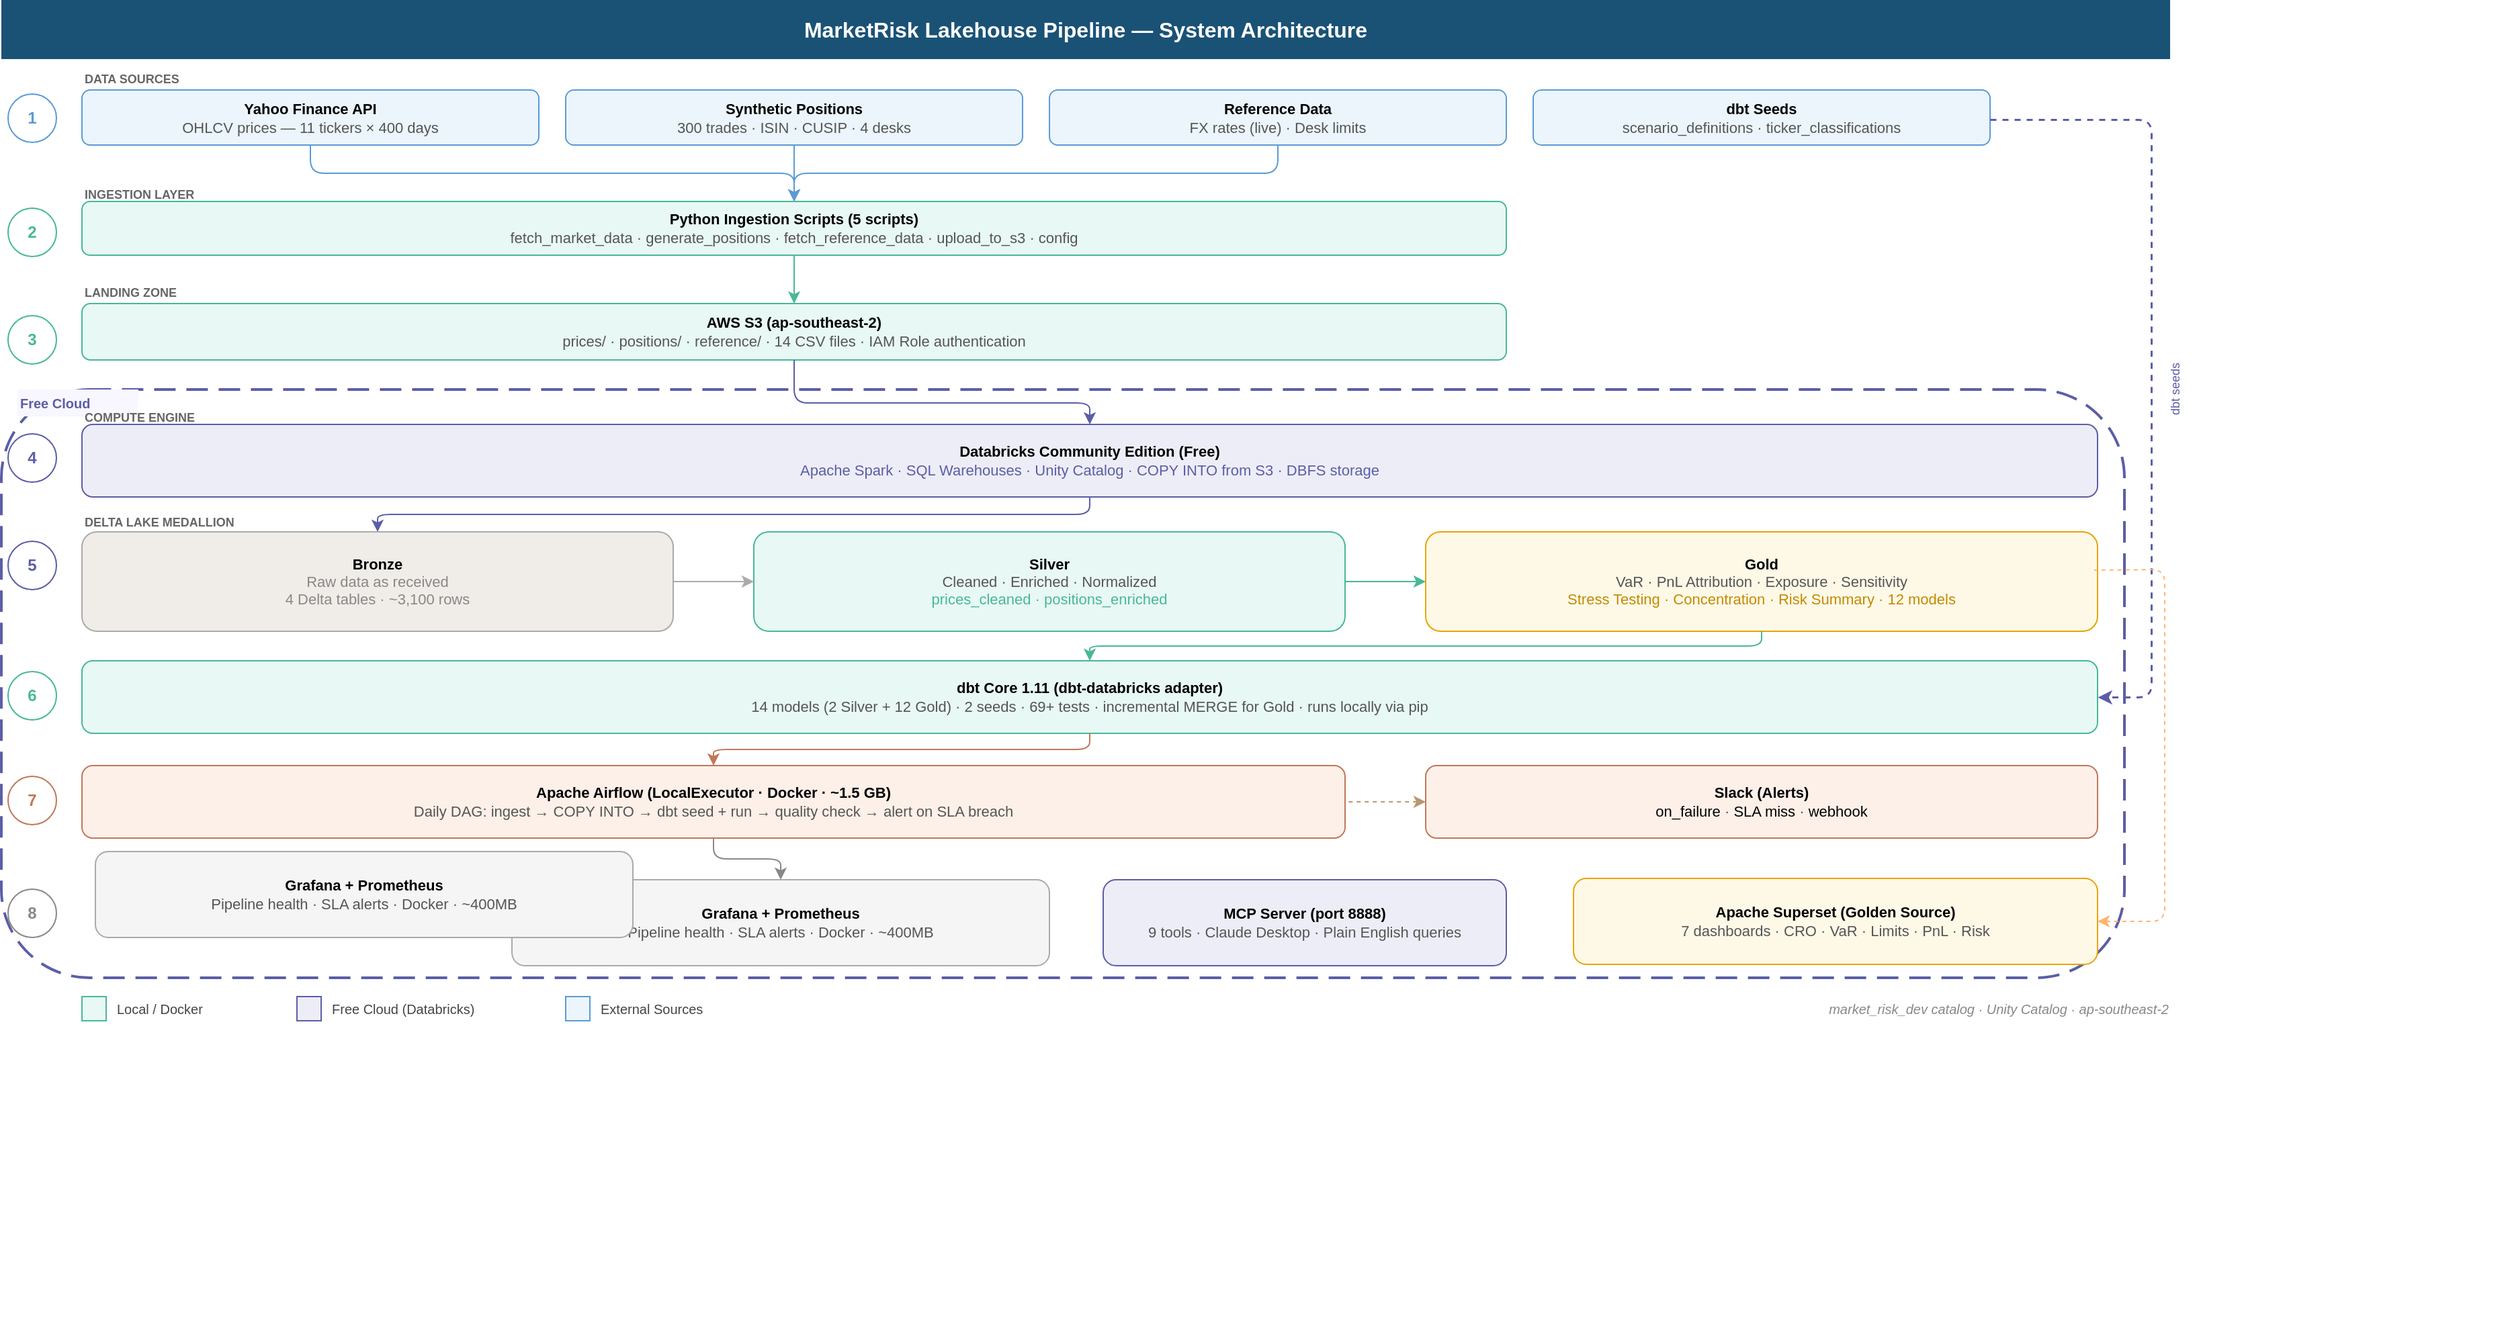
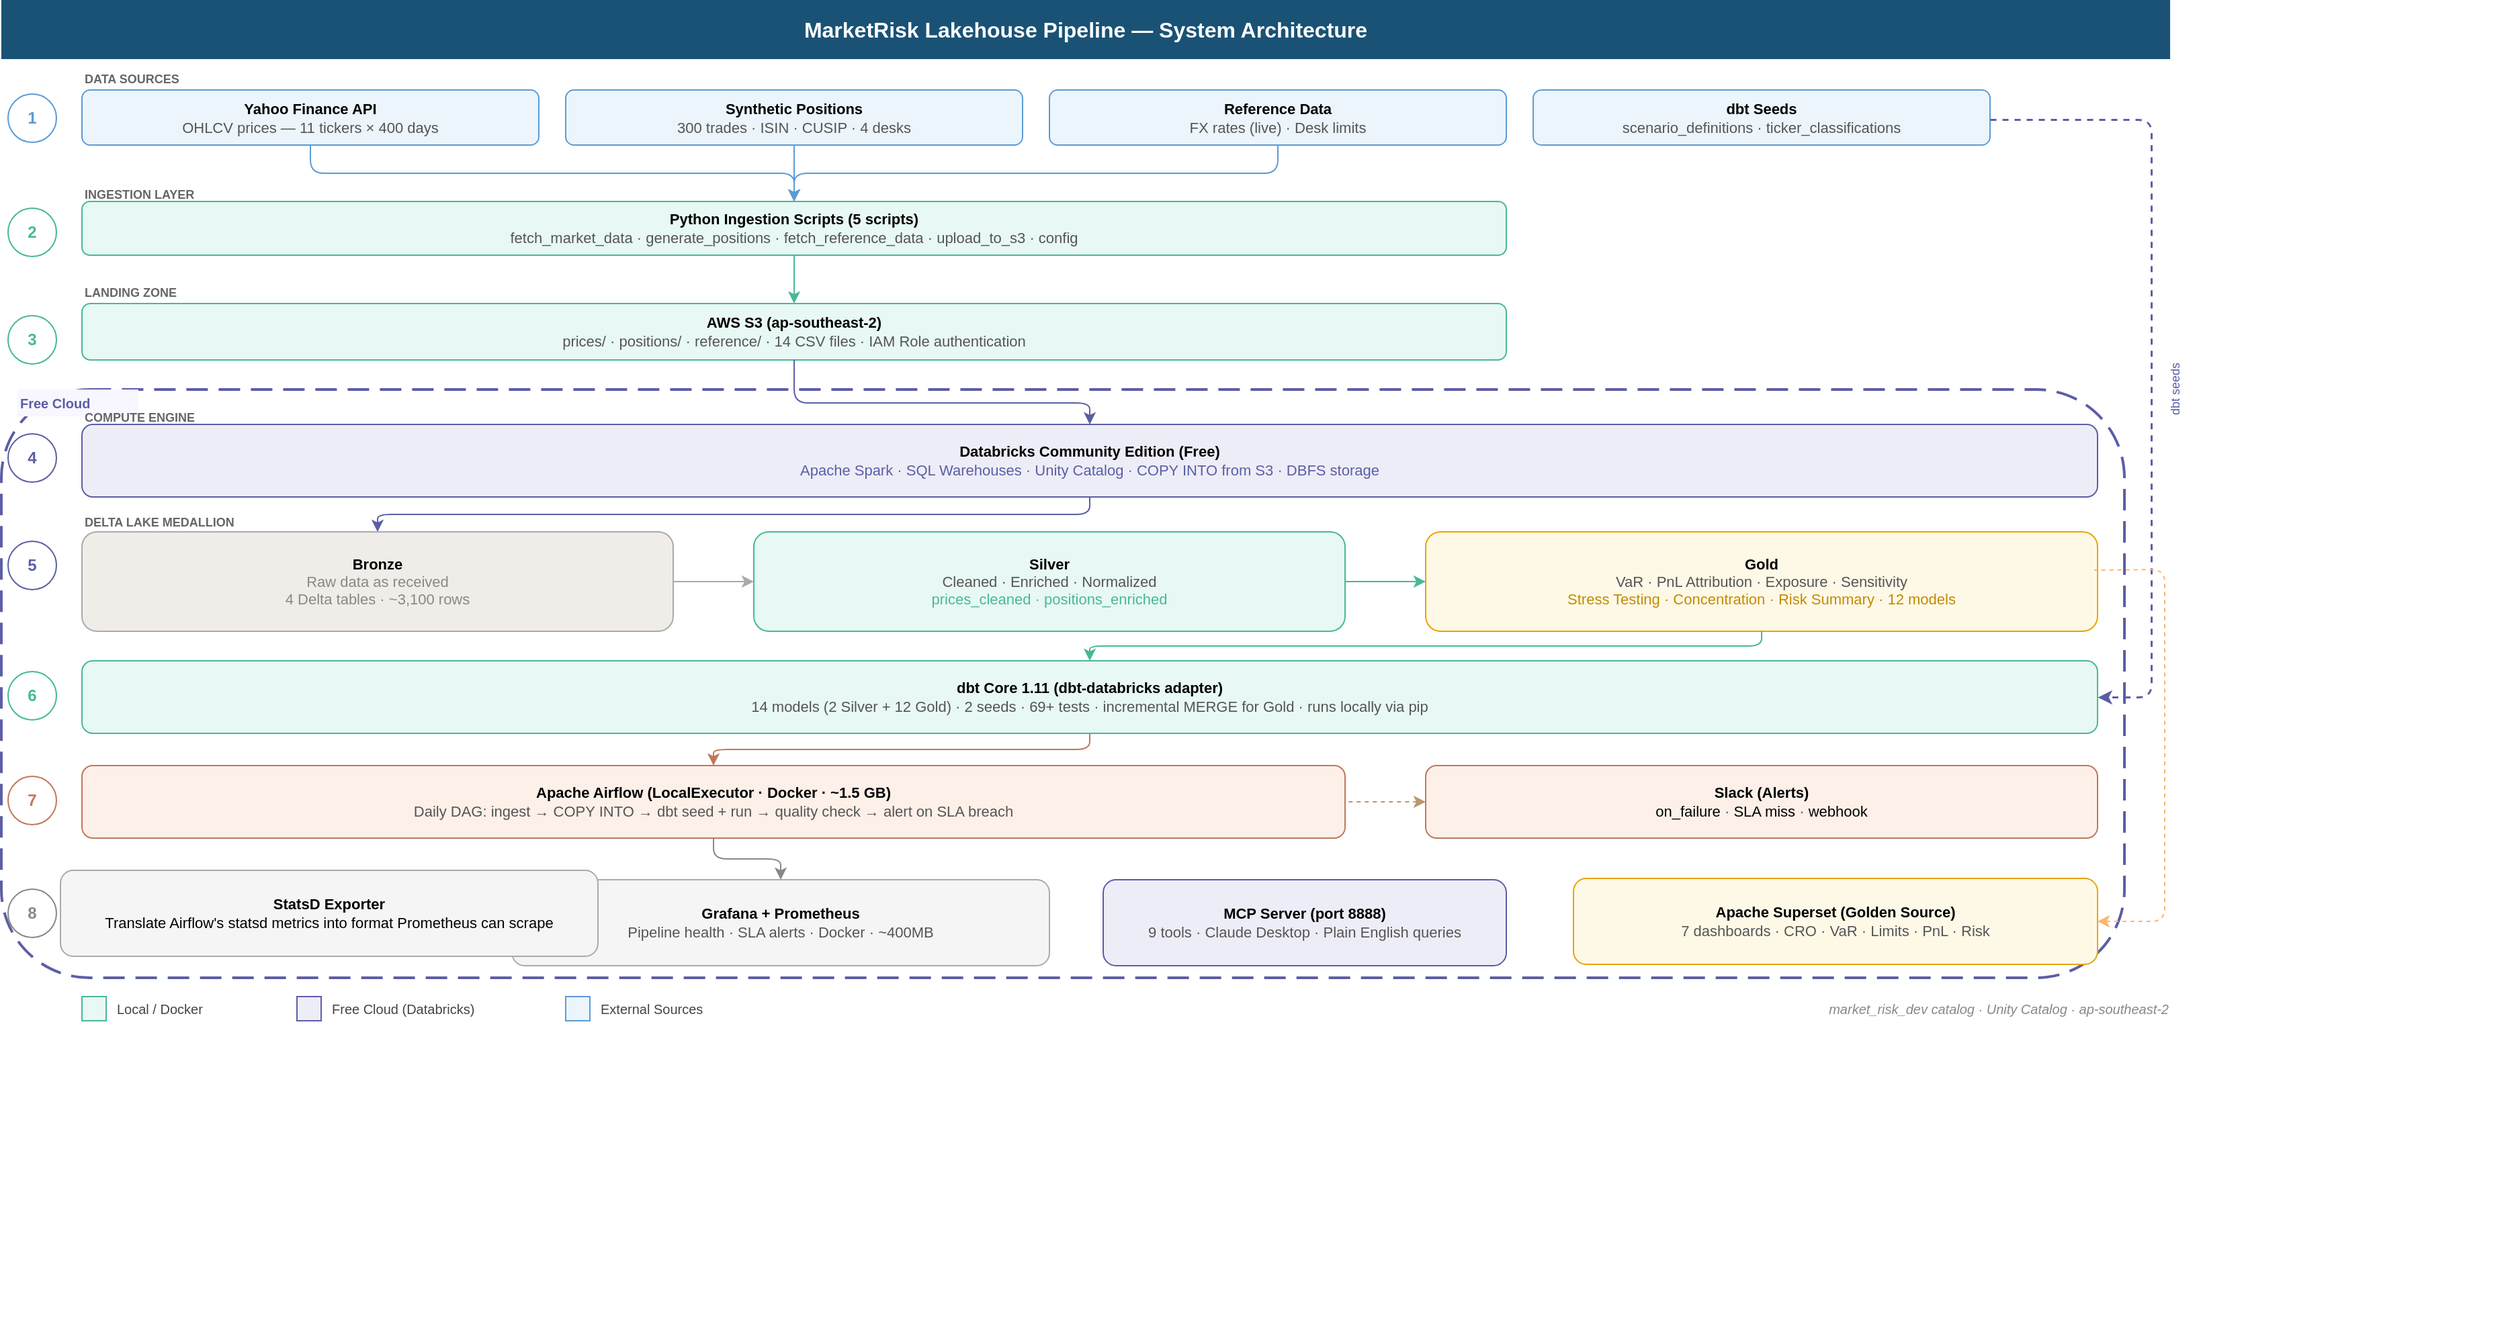
<mxfile host="app.diagrams.net">
  <diagram name="Page-1" id="-cQFvPMdIClFSUmL9I9t">
    <mxGraphModel dx="1645" dy="780" grid="1" gridSize="10" guides="1" tooltips="1" connect="1" arrows="1" fold="1" page="1" pageScale="1" pageWidth="850" pageHeight="1100" math="0" shadow="0">
      <root>
        <mxCell id="0" />
        <mxCell id="1" parent="0" />
        <mxCell id="MzbM_mRJEkIEzOc4ZALW-1" parent="1" style="text;html=1;strokeColor=none;fillColor=#1A5276;align=center;verticalAlign=middle;whiteSpace=wrap;rounded=0;fontColor=#FFFFFF;fontSize=16;fontStyle=1;" value="MarketRisk Lakehouse Pipeline — System Architecture" vertex="1">
          <mxGeometry height="44" width="1614" x="20" y="10" as="geometry" />
        </mxCell>
        <mxCell id="MzbM_mRJEkIEzOc4ZALW-2" parent="1" style="text;html=1;strokeColor=none;fillColor=none;align=left;verticalAlign=middle;fontStyle=1;fontSize=9;fontColor=#666666;" value="DATA SOURCES" vertex="1">
          <mxGeometry height="20" width="160" x="80" y="59" as="geometry" />
        </mxCell>
        <mxCell id="MzbM_mRJEkIEzOc4ZALW-3" parent="1" style="ellipse;whiteSpace=wrap;html=1;fillColor=#FFFFFF;strokeColor=#5B9BD5;fontColor=#5B9BD5;fontSize=12;fontStyle=1;" value="1" vertex="1">
          <mxGeometry height="36" width="36" x="25" y="80" as="geometry" />
        </mxCell>
        <mxCell id="MzbM_mRJEkIEzOc4ZALW-4" parent="1" style="rounded=1;whiteSpace=wrap;html=1;fillColor=#EBF5FB;strokeColor=#5B9BD5;fontSize=11;verticalAlign=middle;" value="&lt;b&gt;Yahoo Finance API&lt;/b&gt;&lt;br&gt;&lt;font color=&#39;#555555&#39;&gt;OHLCV prices — 11 tickers × 400 days&lt;/font&gt;" vertex="1">
          <mxGeometry height="41" width="340" x="80" y="77" as="geometry" />
        </mxCell>
        <mxCell id="MzbM_mRJEkIEzOc4ZALW-5" parent="1" style="rounded=1;whiteSpace=wrap;html=1;fillColor=#EBF5FB;strokeColor=#5B9BD5;fontSize=11;verticalAlign=middle;" value="&lt;b&gt;Synthetic Positions&lt;/b&gt;&lt;br&gt;&lt;font color=&#39;#555555&#39;&gt;300 trades · ISIN · CUSIP · 4 desks&lt;/font&gt;" vertex="1">
          <mxGeometry height="41" width="340" x="440" y="77" as="geometry" />
        </mxCell>
        <mxCell id="MzbM_mRJEkIEzOc4ZALW-6" parent="1" style="rounded=1;whiteSpace=wrap;html=1;fillColor=#EBF5FB;strokeColor=#5B9BD5;fontSize=11;verticalAlign=middle;" value="&lt;b&gt;Reference Data&lt;/b&gt;&lt;br&gt;&lt;font color=&#39;#555555&#39;&gt;FX rates (live) · Desk limits&lt;/font&gt;" vertex="1">
          <mxGeometry height="41" width="340" x="800" y="77" as="geometry" />
        </mxCell>
        <mxCell id="MzbM_mRJEkIEzOc4ZALW-7" parent="1" style="rounded=1;whiteSpace=wrap;html=1;fillColor=#EBF5FB;strokeColor=#5B9BD5;fontSize=11;verticalAlign=middle;" value="&lt;b&gt;dbt Seeds&lt;/b&gt;&lt;br&gt;&lt;font color=&#39;#555555&#39;&gt;scenario_definitions · ticker_classifications&lt;/font&gt;" vertex="1">
          <mxGeometry height="41" width="340" x="1160" y="77" as="geometry" />
        </mxCell>
        <mxCell id="MzbM_mRJEkIEzOc4ZALW-8" edge="1" parent="1" source="MzbM_mRJEkIEzOc4ZALW-4" style="edgeStyle=orthogonalEdgeStyle;strokeColor=#5B9BD5;" target="MzbM_mRJEkIEzOc4ZALW-15">
          <mxGeometry relative="1" as="geometry" />
        </mxCell>
        <mxCell id="MzbM_mRJEkIEzOc4ZALW-9" edge="1" parent="1" source="MzbM_mRJEkIEzOc4ZALW-5" style="edgeStyle=orthogonalEdgeStyle;strokeColor=#5B9BD5;" target="MzbM_mRJEkIEzOc4ZALW-15">
          <mxGeometry relative="1" as="geometry" />
        </mxCell>
        <mxCell id="MzbM_mRJEkIEzOc4ZALW-10" edge="1" parent="1" source="MzbM_mRJEkIEzOc4ZALW-6" style="edgeStyle=orthogonalEdgeStyle;strokeColor=#5B9BD5;" target="MzbM_mRJEkIEzOc4ZALW-15">
          <mxGeometry relative="1" as="geometry" />
        </mxCell>
        <mxCell id="MzbM_mRJEkIEzOc4ZALW-11" edge="1" parent="1" source="MzbM_mRJEkIEzOc4ZALW-7" style="edgeStyle=orthogonalEdgeStyle;dashed=1;strokeColor=#5B5EA6;strokeWidth=1.5;entryX=1;entryY=0.5;entryDx=0;entryDy=0;" target="MzbM_mRJEkIEzOc4ZALW-36">
          <mxGeometry relative="1" as="geometry">
            <Array as="points">
              <mxPoint x="1560" y="99" />
              <mxPoint x="1620" y="99" />
              <mxPoint x="1620" y="560" />
            </Array>
          </mxGeometry>
        </mxCell>
        <mxCell id="MzbM_mRJEkIEzOc4ZALW-12" parent="1" style="text;html=1;strokeColor=none;fillColor=none;align=center;verticalAlign=middle;fontSize=9;fontColor=#5B5EA6;rotation=-90;" value="dbt seeds" vertex="1">
          <mxGeometry height="20" width="60" x="1608" y="290" as="geometry" />
        </mxCell>
        <mxCell id="MzbM_mRJEkIEzOc4ZALW-13" parent="1" style="text;html=1;strokeColor=none;fillColor=none;align=left;verticalAlign=middle;fontStyle=1;fontSize=9;fontColor=#666666;" value="INGESTION LAYER" vertex="1">
          <mxGeometry height="20" width="160" x="80" y="145" as="geometry" />
        </mxCell>
        <mxCell id="MzbM_mRJEkIEzOc4ZALW-14" parent="1" style="ellipse;whiteSpace=wrap;html=1;fillColor=#FFFFFF;strokeColor=#48B898;fontColor=#48B898;fontSize=12;fontStyle=1;" value="2" vertex="1">
          <mxGeometry height="36" width="36" x="25" y="165" as="geometry" />
        </mxCell>
        <mxCell id="MzbM_mRJEkIEzOc4ZALW-15" parent="1" style="rounded=1;whiteSpace=wrap;html=1;fillColor=#E8F8F4;strokeColor=#48B898;fontSize=11;verticalAlign=middle;" value="&lt;b&gt;Python Ingestion Scripts (5 scripts)&lt;/b&gt;&lt;br&gt;&lt;font color=&#39;#555555&#39;&gt;fetch_market_data · generate_positions · fetch_reference_data · upload_to_s3 · config&lt;/font&gt;" vertex="1">
          <mxGeometry height="40" width="1060" x="80" y="160" as="geometry" />
        </mxCell>
        <mxCell id="MzbM_mRJEkIEzOc4ZALW-16" edge="1" parent="1" source="MzbM_mRJEkIEzOc4ZALW-15" style="edgeStyle=orthogonalEdgeStyle;strokeColor=#48B898;" target="MzbM_mRJEkIEzOc4ZALW-19">
          <mxGeometry relative="1" as="geometry" />
        </mxCell>
        <mxCell id="MzbM_mRJEkIEzOc4ZALW-17" parent="1" style="text;html=1;strokeColor=none;fillColor=none;align=left;verticalAlign=middle;fontStyle=1;fontSize=9;fontColor=#666666;" value="LANDING ZONE" vertex="1">
          <mxGeometry height="20" width="160" x="80" y="218" as="geometry" />
        </mxCell>
        <mxCell id="MzbM_mRJEkIEzOc4ZALW-18" parent="1" style="ellipse;whiteSpace=wrap;html=1;fillColor=#FFFFFF;strokeColor=#48B898;fontColor=#48B898;fontSize=12;fontStyle=1;" value="3" vertex="1">
          <mxGeometry height="36" width="36" x="25" y="245" as="geometry" />
        </mxCell>
        <mxCell id="MzbM_mRJEkIEzOc4ZALW-19" parent="1" style="rounded=1;whiteSpace=wrap;html=1;fillColor=#E8F8F4;strokeColor=#48B898;fontSize=11;verticalAlign=middle;" value="&lt;b&gt;AWS S3 (ap-southeast-2)&lt;/b&gt;&lt;br&gt;&lt;font color=&#39;#555555&#39;&gt;prices/ · positions/ · reference/ · 14 CSV files · IAM Role authentication&lt;/font&gt;" vertex="1">
          <mxGeometry height="42" width="1060" x="80" y="236" as="geometry" />
        </mxCell>
        <mxCell id="MzbM_mRJEkIEzOc4ZALW-20" parent="1" style="rounded=1;whiteSpace=wrap;html=1;fillColor=none;strokeColor=#5B5EA6;dashed=1;strokeWidth=2;dashPattern=8 4;verticalAlign=top;" value="" vertex="1">
          <mxGeometry height="438" width="1580" x="20" y="300" as="geometry" />
        </mxCell>
        <mxCell id="MzbM_mRJEkIEzOc4ZALW-21" parent="1" style="text;html=1;strokeColor=none;fillColor=#F8F7FF;align=left;verticalAlign=middle;fontStyle=1;fontSize=10;fontColor=#5B5EA6;" value="Free Cloud" vertex="1">
          <mxGeometry height="20" width="90" x="32" y="300" as="geometry" />
        </mxCell>
        <mxCell id="MzbM_mRJEkIEzOc4ZALW-22" edge="1" parent="1" source="MzbM_mRJEkIEzOc4ZALW-19" style="edgeStyle=orthogonalEdgeStyle;strokeColor=#5B5EA6;" target="MzbM_mRJEkIEzOc4ZALW-25">
          <mxGeometry relative="1" as="geometry">
            <Array as="points">
              <mxPoint x="610" y="310" />
              <mxPoint x="830" y="310" />
            </Array>
          </mxGeometry>
        </mxCell>
        <mxCell id="MzbM_mRJEkIEzOc4ZALW-23" parent="1" style="text;html=1;strokeColor=none;fillColor=none;align=left;verticalAlign=middle;fontStyle=1;fontSize=9;fontColor=#666666;" value="COMPUTE ENGINE" vertex="1">
          <mxGeometry height="20" width="160" x="80" y="311" as="geometry" />
        </mxCell>
        <mxCell id="MzbM_mRJEkIEzOc4ZALW-24" parent="1" style="ellipse;whiteSpace=wrap;html=1;fillColor=#FFFFFF;strokeColor=#5B5EA6;fontColor=#5B5EA6;fontSize=12;fontStyle=1;" value="4" vertex="1">
          <mxGeometry height="36" width="36" x="25" y="333" as="geometry" />
        </mxCell>
        <mxCell id="MzbM_mRJEkIEzOc4ZALW-25" parent="1" style="rounded=1;whiteSpace=wrap;html=1;fillColor=#EDEDF7;strokeColor=#5B5EA6;fontSize=11;verticalAlign=middle;" value="&lt;b&gt;Databricks Community Edition (Free)&lt;/b&gt;&lt;br&gt;&lt;font color=&#39;#5B5EA6&#39;&gt;Apache Spark · SQL Warehouses · Unity Catalog · COPY INTO from S3 · DBFS storage&lt;/font&gt;" vertex="1">
          <mxGeometry height="54" width="1500" x="80" y="326" as="geometry" />
        </mxCell>
        <mxCell id="MzbM_mRJEkIEzOc4ZALW-26" edge="1" parent="1" source="MzbM_mRJEkIEzOc4ZALW-25" style="edgeStyle=orthogonalEdgeStyle;strokeColor=#5B5EA6;" target="MzbM_mRJEkIEzOc4ZALW-29">
          <mxGeometry relative="1" as="geometry" />
        </mxCell>
        <mxCell id="MzbM_mRJEkIEzOc4ZALW-27" parent="1" style="text;html=1;strokeColor=none;fillColor=none;align=left;verticalAlign=middle;fontStyle=1;fontSize=9;fontColor=#666666;" value="DELTA LAKE MEDALLION" vertex="1">
          <mxGeometry height="20" width="200" x="80" y="389" as="geometry" />
        </mxCell>
        <mxCell id="MzbM_mRJEkIEzOc4ZALW-28" parent="1" style="ellipse;whiteSpace=wrap;html=1;fillColor=#FFFFFF;strokeColor=#5B5EA6;fontColor=#5B5EA6;fontSize=12;fontStyle=1;" value="5" vertex="1">
          <mxGeometry height="36" width="36" x="25" y="413" as="geometry" />
        </mxCell>
        <mxCell id="MzbM_mRJEkIEzOc4ZALW-29" parent="1" style="rounded=1;whiteSpace=wrap;html=1;fillColor=#F0EDE8;strokeColor=#AAAAAA;fontSize=11;verticalAlign=middle;" value="&lt;b&gt;Bronze&lt;/b&gt;&lt;br&gt;&lt;font color=&#39;#888888&#39;&gt;Raw data as received&lt;br&gt;4 Delta tables · ~3,100 rows&lt;/font&gt;" vertex="1">
          <mxGeometry height="74" width="440" x="80" y="406" as="geometry" />
        </mxCell>
        <mxCell id="MzbM_mRJEkIEzOc4ZALW-30" parent="1" style="rounded=1;whiteSpace=wrap;html=1;fillColor=#E8F8F4;strokeColor=#48B898;fontSize=11;verticalAlign=middle;" value="&lt;b&gt;Silver&lt;/b&gt;&lt;br&gt;&lt;font color=&#39;#555555&#39;&gt;Cleaned · Enriched · Normalized&lt;br&gt;&lt;/font&gt;&lt;font color=&#39;#48B898&#39;&gt;prices_cleaned · positions_enriched&lt;/font&gt;" vertex="1">
          <mxGeometry height="74" width="440" x="580" y="406" as="geometry" />
        </mxCell>
        <mxCell id="MzbM_mRJEkIEzOc4ZALW-31" parent="1" style="rounded=1;whiteSpace=wrap;html=1;fillColor=#FEF9E7;strokeColor=#E8A500;fontSize=11;verticalAlign=middle;" value="&lt;b&gt;Gold&lt;/b&gt;&lt;br&gt;&lt;font color=&#39;#555555&#39;&gt;VaR · PnL Attribution · Exposure · Sensitivity&lt;br&gt;&lt;/font&gt;&lt;font color=&#39;#C48A00&#39;&gt;Stress Testing · Concentration · Risk Summary · 12 models&lt;/font&gt;" vertex="1">
          <mxGeometry height="74" width="500" x="1080" y="406" as="geometry" />
        </mxCell>
        <mxCell id="MzbM_mRJEkIEzOc4ZALW-32" edge="1" parent="1" source="MzbM_mRJEkIEzOc4ZALW-29" style="edgeStyle=orthogonalEdgeStyle;strokeColor=#AAAAAA;" target="MzbM_mRJEkIEzOc4ZALW-30">
          <mxGeometry relative="1" as="geometry" />
        </mxCell>
        <mxCell id="MzbM_mRJEkIEzOc4ZALW-33" edge="1" parent="1" source="MzbM_mRJEkIEzOc4ZALW-30" style="edgeStyle=orthogonalEdgeStyle;strokeColor=#48B898;" target="MzbM_mRJEkIEzOc4ZALW-31">
          <mxGeometry relative="1" as="geometry" />
        </mxCell>
        <mxCell id="MzbM_mRJEkIEzOc4ZALW-34" edge="1" parent="1" source="MzbM_mRJEkIEzOc4ZALW-31" style="edgeStyle=orthogonalEdgeStyle;strokeColor=#48B898;" target="MzbM_mRJEkIEzOc4ZALW-36">
          <mxGeometry relative="1" as="geometry" />
        </mxCell>
        <mxCell id="MzbM_mRJEkIEzOc4ZALW-35" parent="1" style="ellipse;whiteSpace=wrap;html=1;fillColor=#FFFFFF;strokeColor=#48B898;fontColor=#48B898;fontSize=12;fontStyle=1;" value="6" vertex="1">
          <mxGeometry height="36" width="36" x="25" y="510" as="geometry" />
        </mxCell>
        <mxCell id="MzbM_mRJEkIEzOc4ZALW-36" parent="1" style="rounded=1;whiteSpace=wrap;html=1;fillColor=#E8F8F4;strokeColor=#48B898;fontSize=11;verticalAlign=middle;" value="&lt;b&gt;dbt Core 1.11 (dbt-databricks adapter)&lt;/b&gt;&lt;br&gt;&lt;font color=&#39;#555555&#39;&gt;14 models (2 Silver + 12 Gold) · 2 seeds · 69+ tests · incremental MERGE for Gold · runs locally via pip&lt;/font&gt;" vertex="1">
          <mxGeometry height="54" width="1500" x="80" y="502" as="geometry" />
        </mxCell>
        <mxCell id="MzbM_mRJEkIEzOc4ZALW-37" edge="1" parent="1" source="MzbM_mRJEkIEzOc4ZALW-36" style="edgeStyle=orthogonalEdgeStyle;strokeColor=#C0785A;" target="MzbM_mRJEkIEzOc4ZALW-39">
          <mxGeometry relative="1" as="geometry" />
        </mxCell>
        <mxCell id="MzbM_mRJEkIEzOc4ZALW-38" parent="1" style="ellipse;whiteSpace=wrap;html=1;fillColor=#FFFFFF;strokeColor=#C0785A;fontColor=#C0785A;fontSize=12;fontStyle=1;" value="7" vertex="1">
          <mxGeometry height="36" width="36" x="25" y="588" as="geometry" />
        </mxCell>
        <mxCell id="MzbM_mRJEkIEzOc4ZALW-39" parent="1" style="rounded=1;whiteSpace=wrap;html=1;fillColor=#FDF0E8;strokeColor=#C0785A;fontSize=11;verticalAlign=middle;" value="&lt;b&gt;Apache Airflow (LocalExecutor · Docker · ~1.5 GB)&lt;/b&gt;&lt;br&gt;&lt;font color=&#39;#555555&#39;&gt;Daily DAG: ingest → COPY INTO → dbt seed + run → quality check → alert on SLA breach&lt;/font&gt;" vertex="1">
          <mxGeometry height="54" width="940" x="80" y="580" as="geometry" />
        </mxCell>
        <mxCell id="MzbM_mRJEkIEzOc4ZALW-40" edge="1" parent="1" source="MzbM_mRJEkIEzOc4ZALW-39" style="edgeStyle=orthogonalEdgeStyle;strokeColor=#888888;" target="MzbM_mRJEkIEzOc4ZALW-42">
          <mxGeometry relative="1" as="geometry" />
        </mxCell>
        <mxCell id="MzbM_mRJEkIEzOc4ZALW-41" parent="1" style="ellipse;whiteSpace=wrap;html=1;fillColor=#FFFFFF;strokeColor=#888888;fontColor=#888888;fontSize=12;fontStyle=1;" value="8" vertex="1">
          <mxGeometry height="36" width="36" x="25" y="672" as="geometry" />
        </mxCell>
        <mxCell id="MzbM_mRJEkIEzOc4ZALW-42" parent="1" style="rounded=1;whiteSpace=wrap;html=1;fillColor=#F5F5F5;strokeColor=#AAAAAA;fontSize=11;verticalAlign=middle;" value="&lt;b&gt;Grafana + Prometheus&lt;/b&gt;&lt;br&gt;&lt;font color=&#39;#555555&#39;&gt;Pipeline health · SLA alerts · Docker · ~400MB&lt;/font&gt;" vertex="1">
          <mxGeometry height="64" width="400" x="400" y="665" as="geometry" />
        </mxCell>
        <mxCell id="MzbM_mRJEkIEzOc4ZALW-43" parent="1" style="rounded=1;whiteSpace=wrap;html=1;fillColor=#EDEDF7;strokeColor=#5B5EA6;fontSize=11;verticalAlign=middle;" value="&lt;b&gt;MCP Server (port 8888)&lt;/b&gt;&lt;br&gt;&lt;font color=&#39;#555555&#39;&gt;9 tools · Claude Desktop · Plain English queries&lt;/font&gt;" vertex="1">
          <mxGeometry height="64" width="300" x="840" y="665" as="geometry" />
        </mxCell>
        <mxCell id="MzbM_mRJEkIEzOc4ZALW-44" parent="1" style="rounded=1;whiteSpace=wrap;html=1;fillColor=#FEF9E7;strokeColor=#E8A500;fontSize=11;verticalAlign=middle;" value="&lt;b&gt;Apache Superset (Golden Source)&lt;/b&gt;&lt;br&gt;&lt;font color=&#39;#555555&#39;&gt;7 dashboards · CRO · VaR · Limits · PnL · Risk&lt;/font&gt;" vertex="1">
          <mxGeometry height="64" width="390" x="1190" y="664" as="geometry" />
        </mxCell>
        <mxCell id="MzbM_mRJEkIEzOc4ZALW-45" parent="1" style="rounded=0;whiteSpace=wrap;html=1;fillColor=#E8F8F4;strokeColor=#48B898;fontSize=10;" value="" vertex="1">
          <mxGeometry height="18" width="18" x="80" y="752" as="geometry" />
        </mxCell>
        <mxCell id="MzbM_mRJEkIEzOc4ZALW-46" parent="1" style="text;html=1;strokeColor=none;fillColor=none;align=left;verticalAlign=middle;fontSize=10;fontColor=#444444;" value="Local / Docker" vertex="1">
          <mxGeometry height="18" width="120" x="104" y="752" as="geometry" />
        </mxCell>
        <mxCell id="MzbM_mRJEkIEzOc4ZALW-47" parent="1" style="rounded=0;whiteSpace=wrap;html=1;fillColor=#EDEDF7;strokeColor=#5B5EA6;fontSize=10;" value="" vertex="1">
          <mxGeometry height="18" width="18" x="240" y="752" as="geometry" />
        </mxCell>
        <mxCell id="MzbM_mRJEkIEzOc4ZALW-48" parent="1" style="text;html=1;strokeColor=none;fillColor=none;align=left;verticalAlign=middle;fontSize=10;fontColor=#444444;" value="Free Cloud (Databricks)" vertex="1">
          <mxGeometry height="18" width="160" x="264" y="752" as="geometry" />
        </mxCell>
        <mxCell id="MzbM_mRJEkIEzOc4ZALW-49" parent="1" style="rounded=0;whiteSpace=wrap;html=1;fillColor=#EBF5FB;strokeColor=#5B9BD5;fontSize=10;" value="" vertex="1">
          <mxGeometry height="18" width="18" x="440" y="752" as="geometry" />
        </mxCell>
        <mxCell id="MzbM_mRJEkIEzOc4ZALW-50" parent="1" style="text;html=1;strokeColor=none;fillColor=none;align=left;verticalAlign=middle;fontSize=10;fontColor=#444444;" value="External Sources" vertex="1">
          <mxGeometry height="18" width="120" x="464" y="752" as="geometry" />
        </mxCell>
        <mxCell id="MzbM_mRJEkIEzOc4ZALW-51" parent="1" style="text;html=1;strokeColor=none;fillColor=light-dark(transparent,#FFCE9F);align=right;verticalAlign=middle;fontSize=10;fontColor=#888888;fontStyle=2;" value="market_risk_dev catalog · Unity Catalog · ap-southeast-2" vertex="1">
          <mxGeometry height="18" width="534" x="1100" y="752" as="geometry" />
        </mxCell>
        <mxCell id="MzbM_mRJEkIEzOc4ZALW-52" parent="1" style="rounded=1;whiteSpace=wrap;html=1;fillColor=#FDF0E8;strokeColor=#C0785A;fontSize=11;verticalAlign=middle;" value="&lt;b&gt;Slack (Alerts)&lt;/b&gt;&lt;div&gt;on_failure&lt;span style=&quot;color: rgb(85, 85, 85);&quot;&gt; · &lt;/span&gt;SLA miss&lt;span style=&quot;color: rgb(85, 85, 85);&quot;&gt; · &lt;/span&gt;webhook&lt;/div&gt;" vertex="1">
          <mxGeometry height="54" width="500" x="1080" y="580" as="geometry" />
        </mxCell>
        <mxCell id="MzbM_mRJEkIEzOc4ZALW-53" edge="1" parent="1" source="MzbM_mRJEkIEzOc4ZALW-52" style="endArrow=none;dashed=1;html=1;rounded=0;startArrow=classic;startFill=1;fillColor=light-dark(#FFFFFF,#FFCE9F);entryX=1;entryY=0.5;entryDx=0;entryDy=0;exitX=0;exitY=0.5;exitDx=0;exitDy=0;strokeColor=#BA976F;" target="MzbM_mRJEkIEzOc4ZALW-39" value="">
          <mxGeometry height="50" relative="1" width="50" as="geometry">
            <mxPoint x="1020" y="664" as="sourcePoint" />
            <mxPoint x="1070" y="614" as="targetPoint" />
          </mxGeometry>
        </mxCell>
        <mxCell id="MzbM_mRJEkIEzOc4ZALW-54" edge="1" parent="1" source="MzbM_mRJEkIEzOc4ZALW-44" style="endArrow=none;dashed=1;html=1;rounded=1;startArrow=classic;startFill=1;fillColor=light-dark(#FFFFFF,#FFCE9F);entryX=0.995;entryY=0.385;entryDx=0;entryDy=0;strokeColor=#FFB570;entryPerimeter=0;curved=0;exitX=1;exitY=0.5;exitDx=0;exitDy=0;fontStyle=1" target="MzbM_mRJEkIEzOc4ZALW-31" value="">
          <mxGeometry height="50" relative="1" width="50" as="geometry">
            <Array as="points">
              <mxPoint x="1630" y="696" />
              <mxPoint x="1630" y="434" />
            </Array>
            <mxPoint x="1640" y="610" as="sourcePoint" />
            <mxPoint x="1570" y="630" as="targetPoint" />
          </mxGeometry>
        </mxCell>
        <mxCell id="MzbM_mRJEkIEzOc4ZALW-55" parent="1" style="shape=stencil(lVfbcttACP0avTJ7g2Wf0/Q/MhOn1tS1M47TNn8fVHUVgyUyeZMtjoDDOWg15LuX/cPzbkjh5XI+/dz9GR8v+yF/G1Iaj/vdebzI1ZDvh3z3dDrvfpxPr8fH+ffzwxQ5Xf06/Z6e8HfGxQSlTKgU3v7/AyH/++P7HH8Yj1fxcruSikdodTs+B0hVPz8AkQNgKDpBRMgOADMwKkAqwG0bQATMCpDlEU4PlSBpQImQeRvAqd9eAOwDCJoGYIUQtwEtQtRNU4VUHECBGhWgCsBhqTFQUAAufTLrgAacNKACeSU1aDpD87UnJXHWgNLVtQ4gqAbwCa0iBM2S5PTk3YKd9NQVupPmYAHssMQZCtqSPAOx+Es7TmjA5MibraWFBnJ6EOU0PemJBqckyZD0HD4Evw5ovcUFkLtptxwXDEAs6gyOEWLTfmjdIesAYSlYQPAMlCChBaCnJbSTlh7cDDKHG5YwuI7DYueAjvhiCBDMFlhcu5UiGwflPvytJtB4lCB6NBW778UQxdG3bBU0+pZRe5YTXrU2rnhYR5TusKsU0TNpvAFUyJ5JW9/WV7uPvJfWlwFo14DwUL2SYl/vi8DR1QZxX+/LS6tAdDJQhqBHjaV7ZP0sgEBafaV2264CSu6WXM4C7GojCa2apbQoft1Csr9107H119h6SXYxxdIHs16R7UAykvP8aHUhR0BPqgGKplQOcN4MbjcGoLO5JVyXT0BuOGnfFPftGa0ecmd3g0tr/H4e2BgV6fAA1alddq0N9xYd34Z7O0jGgmzivQPeV0/+n8fLxcdnxtN4OMxfKdf37WeJ/DV/0uT7dw==);lineShape=1;strokeColor=light-dark(transparent,#FFB570);" value="" vertex="1">
          <mxGeometry height="118.5059393633378" width="112.2339953937933" x="1563.4225182869968" y="426.3926690543965" as="geometry" />
        </mxCell>
        <mxCell id="MzbM_mRJEkIEzOc4ZALW-56" parent="1" style="shape=stencil(fVbZcsIwDPyavGpky+czpf/BDKFkSoEBev195WZwkEn0lsPraLWrjTtaXfebc99ZvN4up/f+e9je9h29dNYOx31/GW581dG6o9XudOnfLqfP43a8P2/KynL1cfoqO/yMuBTA+IKy+Ds+MQm8/X/yOgIOw/EBkD2YJABkALMCyBCtADgPKakAQgEIBsgrAIIcBSDyF+IyIDmwEpAiZFoGRAPWCUAO9y1mAZ5fS9IGERCXEQ4hSdY5QXTLABvAZwmwEBQSxgM2rC1YRbkILkgdEiTFGg68tJInCMr6AEE2lZJajyHwRgD4k05hXF5LBryFU77ABZCUjWs0isxMUFLmHigFlQZKytxjxdksEEnGk4jzo2Dbnk42mQewyRoG1YjzIkw+rjKz2RXSZVSkCtM4zbOuw1iNygOrJMY07nUUaiTM68CB0sxzDZ15a9fIegBExdtTKFYAB6dSUondhjRHs9KlAnBPAMVMBu/TVXWIapdcG3psX1QqwntePRgjB219YyTuMin1WEBpVSI1tQNEqZml+3gv5Utups2pEvB+KDVjwsp6rjdIxlbdn/uBMo70fwj3O7TrgyJAiE+/ZjVd2C9BOog9hcJyfDEdNXbD4TCeVB7ft0cTfjQea2j9Bw==);lineShape=1;strokeColor=light-dark(transparent,#FFB570);" value="" vertex="1">
          <mxGeometry height="16.969255819914224" width="16.97273028473319" x="1573.3344097104032" y="428.838081951978" as="geometry" />
        </mxCell>
        <mxCell id="MzbM_mRJEkIEzOc4ZALW-57" parent="1" style="shape=stencil(fVbZcsIwDPyavGpky+czpf/BDKFkSoEBev195WZwkEn0lsPraLWrjTtaXfebc99ZvN4up/f+e9je9h29dNYOx31/GW581dG6o9XudOnfLqfP43a8P2/KynL1cfoqO/yMuBTA+IKy+Ds+MQm8/X/yOgIOw/EBkD2YJABkALMCyBCtADgPKakAQgEIBsgrAIIcBSDyF+IyIDmwEpAiZFoGRAPWCUAO9y1mAZ5fS9IGERCXEQ4hSdY5QXTLABvAZwmwEBQSxgM2rC1YRbkILkgdEiTFGg68tJInCMr6AEE2lZJajyHwRgD4k05hXF5LBryFU77ABZCUjWs0isxMUFLmHigFlQZKytxjxdksEEnGk4jzo2Dbnk42mQewyRoG1YjzIkw+rjKz2RXSZVSkCtM4zbOuw1iNygOrJMY07nUUaiTM68CB0sxzDZ15a9fIegBExdtTKFYAB6dSUondhjRHs9KlAnBPAMVMBu/TVXWIapdcG3psX1QqwntePRgjB219YyTuMin1WEBpVSI1tQNEqZml+3gv5Utups2pEvB+KDVjwsp6rjdIxlbdn/uBMo70fwj3O7TrgyJAiE+/ZjVd2C9BOog9hcJyfDEdNXbD4TCeVB7ft0cTfjQea2j9Bw==);lineShape=1;strokeColor=light-dark(transparent,#FFB570);" value="" vertex="1">
          <mxGeometry height="16.969255819914224" width="16.97273028473319" x="1739.5844097104032" y="382.588081951978" as="geometry" />
        </mxCell>
        <mxCell id="MzbM_mRJEkIEzOc4ZALW-58" parent="1" style="shape=stencil(rVfbbtswDP0avxISdSH13HX/UaDpYixLijTd5e9Hz5BjyhaLAntzVZ3wdnhIDeHh7fj0ehjQvd2ul++HX+Pz7TiELwPieD4eruNNvobwOISHl8v18O16eT8/z3+/Pk03p68fl5/TL/yeccgQ4oRC92c+CUD47+DrfP80nlf3Q4Ls1H3vwYU+IBIkUgBEKL4PSAg5a0CBbAGodSlkCNQHZASPChAl6GwAUvW4ApID5D6AEKLOavaQjBiIwekskW2BA7B2iSTRRuGKg5QUgCMEw0LJgEEDhCvFAJRKhAoQmzH1Ad45cLpyBc1CTCZ0ECXVxHWDYA0g8NEAeCgNgIGMIDi37BMnybDADnLRHXTPwz45InBpTSQDkAuwa4MIFkAIrvkqibPYlKVhmloLm4w0CSBuSu2MjsgRiu4ILnaTMqDOEhOwEQOF6sACyNXJXpNmnSVO9WS/1BESfwYgDYMbl8wmjW3hJGiymnSbpVJL2Wu5lnxLi/QATdATNSxloiorK/JFK4YASU+IKSpLLBmi5pI4aVlgmUE6hg97NANtTFi6Qb4Wdi001tQicE3UImX/FeAgaPaVZRbvT14pxLYhjELIMoDaJZlalmxErKN/GaRc+bi/n1CrrkkARgzBVweWZUAU3XAJJQa9PQS7gzxXsV4WGjKlj6BobfWpmty974A1k6gedK477b8t9ZsZner21HNGOx9MVmPbmQjJ2ibbrcdDtPawusvW686k532Vvd+3GsbHlv+2SPjNlie/b3BTomuU0dnUXIR2lR5j3EjlG5lDM52ffSx8fF8+7i+Tl/F0mh826/+3Lxk5ml9B4fEv);lineShape=1;strokeColor=light-dark(transparent,#FFB570);" value="" vertex="1">
          <mxGeometry height="159.4135901905932" width="62.807957164800996" x="1666.0724249247137" y="326.510252592469" as="geometry" />
        </mxCell>
        <mxCell id="MzbM_mRJEkIEzOc4ZALW-59" parent="1" style="shape=stencil(fVbZcsIwDPyavGpky+czpf/BDKFkSoEBev195WZwkEn0lsPraLWrjTtaXfebc99ZvN4up/f+e9je9h29dNYOx31/GW581dG6o9XudOnfLqfP43a8P2/KynL1cfoqO/yMuBTA+IKy+Ds+MQm8/X/yOgIOw/EBkD2YJABkALMCyBCtADgPKakAQgEIBsgrAIIcBSDyF+IyIDmwEpAiZFoGRAPWCUAO9y1mAZ5fS9IGERCXEQ4hSdY5QXTLABvAZwmwEBQSxgM2rC1YRbkILkgdEiTFGg68tJInCMr6AEE2lZJajyHwRgD4k05hXF5LBryFU77ABZCUjWs0isxMUFLmHigFlQZKytxjxdksEEnGk4jzo2Dbnk42mQewyRoG1YjzIkw+rjKz2RXSZVSkCtM4zbOuw1iNygOrJMY07nUUaiTM68CB0sxzDZ15a9fIegBExdtTKFYAB6dSUondhjRHs9KlAnBPAMVMBu/TVXWIapdcG3psX1QqwntePRgjB219YyTuMin1WEBpVSI1tQNEqZml+3gv5Utups2pEvB+KDVjwsp6rjdIxlbdn/uBMo70fwj3O7TrgyJAiE+/ZjVd2C9BOog9hcJyfDEdNXbD4TCeVB7ft0cTfjQea2j9Bw==);lineShape=1;strokeColor=light-dark(transparent,#FFB570);" value="" vertex="1">
          <mxGeometry height="16.969255819914224" width="16.97273028473319" x="1257.0844097104032" y="873.838081951978" as="geometry" />
        </mxCell>
        <mxCell id="MzbM_mRJEkIEzOc4ZALW-60" parent="1" style="shape=stencil(fVbZcsIwDPyavGpky+czpf/BDKFkSoEBev195WZwkEn0lsPraLWrjTtaXfebc99ZvN4up/f+e9je9h29dNYOx31/GW581dG6o9XudOnfLqfP43a8P2/KynL1cfoqO/yMuBTA+IKy+Ds+MQm8/X/yOgIOw/EBkD2YJABkALMCyBCtADgPKakAQgEIBsgrAIIcBSDyF+IyIDmwEpAiZFoGRAPWCUAO9y1mAZ5fS9IGERCXEQ4hSdY5QXTLABvAZwmwEBQSxgM2rC1YRbkILkgdEiTFGg68tJInCMr6AEE2lZJajyHwRgD4k05hXF5LBryFU77ABZCUjWs0isxMUFLmHigFlQZKytxjxdksEEnGk4jzo2Dbnk42mQewyRoG1YjzIkw+rjKz2RXSZVSkCtM4zbOuw1iNygOrJMY07nUUaiTM68CB0sxzDZ15a9fIegBExdtTKFYAB6dSUondhjRHs9KlAnBPAMVMBu/TVXWIapdcG3psX1QqwntePRgjB219YyTuMin1WEBpVSI1tQNEqZml+3gv5Utups2pEvB+KDVjwsp6rjdIxlbdn/uBMo70fwj3O7TrgyJAiE+/ZjVd2C9BOog9hcJyfDEdNXbD4TCeVB7ft0cTfjQea2j9Bw==);lineShape=1;strokeColor=light-dark(transparent,#FFB570);" value="" vertex="1">
          <mxGeometry height="16.969255819914224" width="16.97273028473319" x="1860.8344097104032" y="757.588081951978" as="geometry" />
        </mxCell>
        <mxCell id="MzbM_mRJEkIEzOc4ZALW-61" parent="1" style="shape=stencil(lVfbctpADP0av2q0q70+p+l/ZCakMKWQIaSXv69cuoYV+GDezKLj1eVIOh7k6WP98r4aPH8cD/vvq1+b1+N6kC+D95vdenXYHPVpkOdBnt72h9W3w/5z93r6/f4yWo5PP/Y/xzf8PuEClTSCPP9pB6H+O/h6Mt9udp155c7c6UmB9qWzH98f5+0jce7s5Z596P0JgXKet0/kXWcf9Ubgf6biO/ukCXPz9o6pSgfIQp4BIFLqIy5MEdzgPXFfsaJBgZBlel8DVCZBNbsGeIoBFMFTiVcAEHRSj6N16X+ib5ehEvd1KIUY8LRUqn0MRYkBADXbGIqDLtVCQSwA3lCo1h7gyYFK10ohW0AGzaCAYoIWShhgXdIsoaAVYFyKVAQCcj8AlK0FkG8M2sSQcdCa1itqSIIASRaQUAy5jZQLQEQuZfJiAQ6lVXPCNmjUogowLappDYhLicRUOpJglyz5Qpudc4BsghYMyOSCpXdALmVKpnCudflcpX2wgIypYRtIb0CA2pJ4EQOa3mM/eJslwQ1Uo62DAPI5ZmJDJt2SOIhytVEgv2v7+4KuSDUowBmXtCHwrLQ36AlqiIcBTKEfTNXBWakrKPRkqpNYmVtysQ9aCVzvrNG+5Ua2IDHGbQdOauxc/NviobZFvtAnz+T7K6rADeE0CNNzeJQlqxCzFg6wVdrOnBRZbivmtkNWakStC2g4bt01KUodlCBDbJWJKlbk/1V33lHE3PTpQsXNbdMsE/Tc+nByH+4RtmvEt4MZ89wXy0FnnN0IDMX81LBncw8y75sQP5vDXrHKBZtPY3yZM2LbBIcamsRflkil4CNlmqTxMhI8/M14x1wfzp+nb5vt9vR1e/m//ZzVo9OnsDz/BQ==);lineShape=1;strokeColor=light-dark(transparent,#FFB570);" value="" vertex="1">
          <mxGeometry height="157.69141752718127" width="300.7377643490963" x="1305.2623229245291" y="838.6642333075431" as="geometry" />
        </mxCell>
-         <mxCell id="MzbM_mRJEkIEzOc4ZALW-66" parent="1" style="rounded=1;whiteSpace=wrap;html=1;fillColor=#F5F5F5;strokeColor=#AAAAAA;fontSize=11;verticalAlign=middle;" value="&lt;b&gt;Grafana + Prometheus&lt;/b&gt;&lt;br&gt;&lt;font color=&#39;#555555&#39;&gt;Pipeline health · SLA alerts · Docker · ~400MB&lt;/font&gt;" vertex="1">
-           <mxGeometry height="64" width="400" x="90" y="644" as="geometry" />
+         <mxCell id="MzbM_mRJEkIEzOc4ZALW-66" parent="1" style="rounded=1;whiteSpace=wrap;html=1;fillColor=#F5F5F5;strokeColor=#AAAAAA;fontSize=11;verticalAlign=middle;" value="&lt;b&gt;StatsD Exporter&lt;/b&gt;&lt;div&gt;Translate Airflow&#39;s statsd metrics into format Prometheus can scrape&lt;/div&gt;" vertex="1">
+           <mxGeometry height="64" width="400" x="64" y="658" as="geometry" />
        </mxCell>
      </root>
    </mxGraphModel>
  </diagram>
</mxfile>
